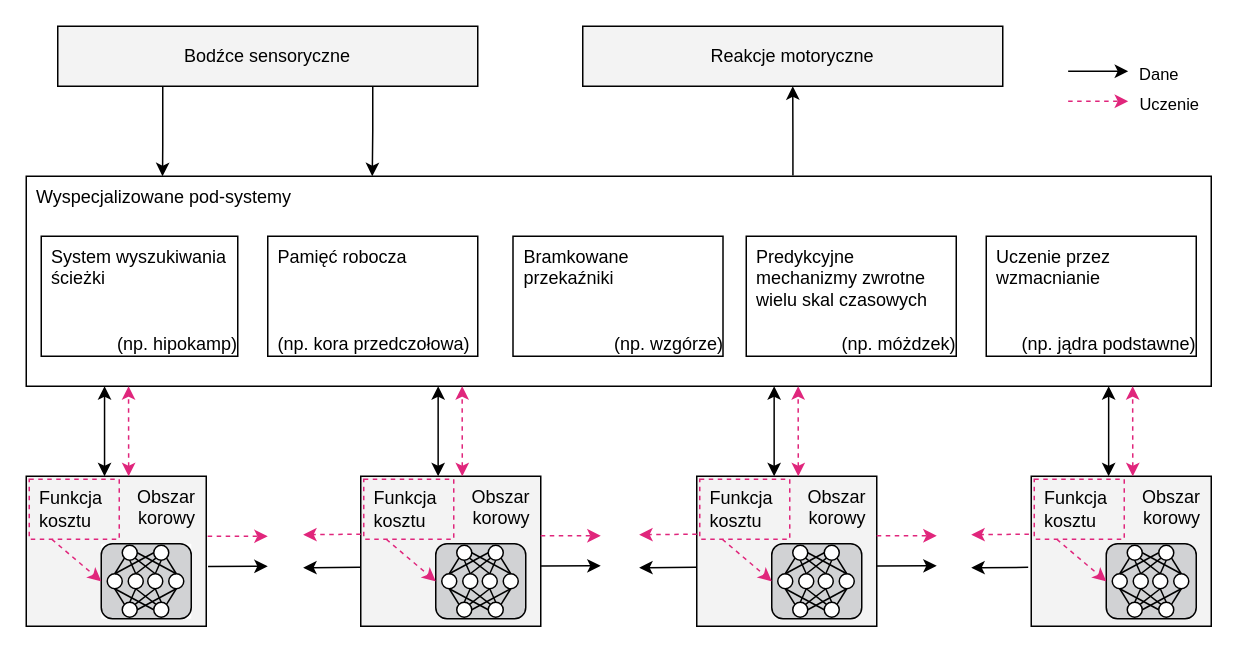
Above: Source/BrainLikeNeuralNetworkArchitecture.drawio in mMosiur/Licencjat-Kognitywistyka (draw.io), before the change. Source tidied: cells renumbered, new cells numbered last; positions are measured from the earlier drawing's top-left corner, leaving out a move shared by most shapes. Both pictures are drawn from the tidied source at 150%, with x=0, y=0 at pixel (26, 26).
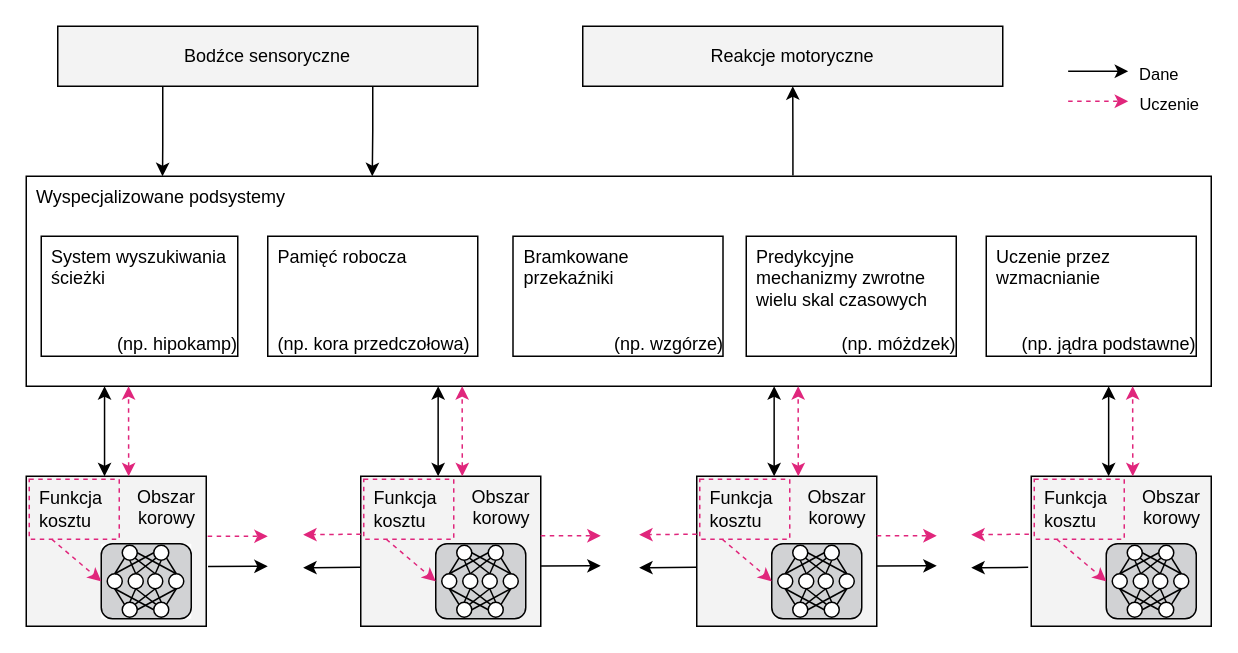
The same diagram, later.

What changed in the source:
```diff
@@
-    <mxCell id="3" value="Wyspecjalizowane pod-systemy" style="rounded=0;whiteSpace=wrap;html=1;verticalAlign=top;labelPosition=center;verticalLabelPosition=middle;align=left;spacingLeft=5;" parent="1" vertex="1">
+    <mxCell id="3" value="Wyspecjalizowane podsystemy" style="rounded=0;whiteSpace=wrap;html=1;verticalAlign=top;labelPosition=center;verticalLabelPosition=middle;align=left;spacingLeft=5;" parent="1" vertex="1">
       <mxGeometry y="100" width="790" height="140" as="geometry" />
     </mxCell>
```
